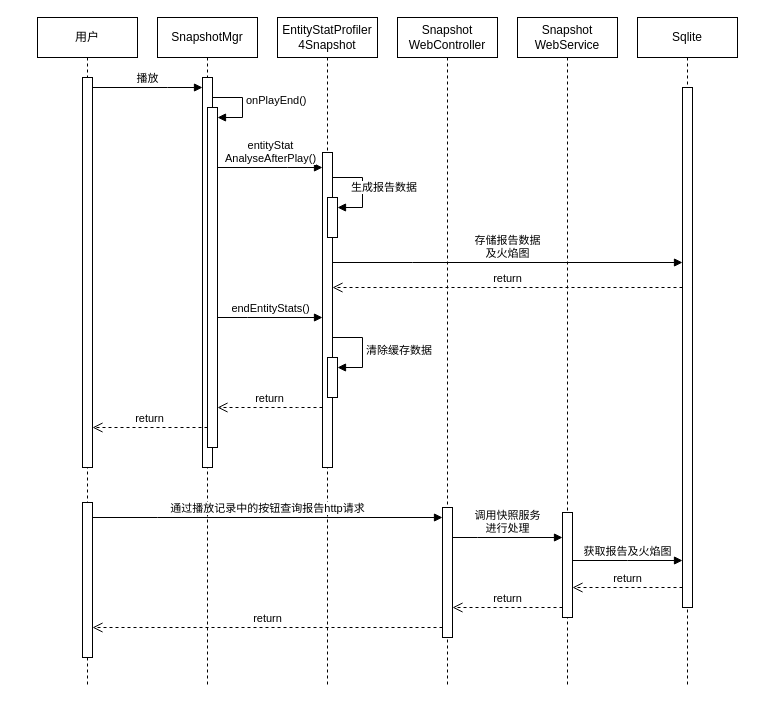
Earlier version of the draw.io diagram 数据分析时序图.drawio (Carol9s/Drawing). Source tidied: cells renumbered, new cells numbered last; positions are measured from the earlier drawing's top-left corner, leaving out a move shared by most shapes. Both pictures are drawn from the tidied source at 100%, with x=0, y=0 at pixel (37, 17).
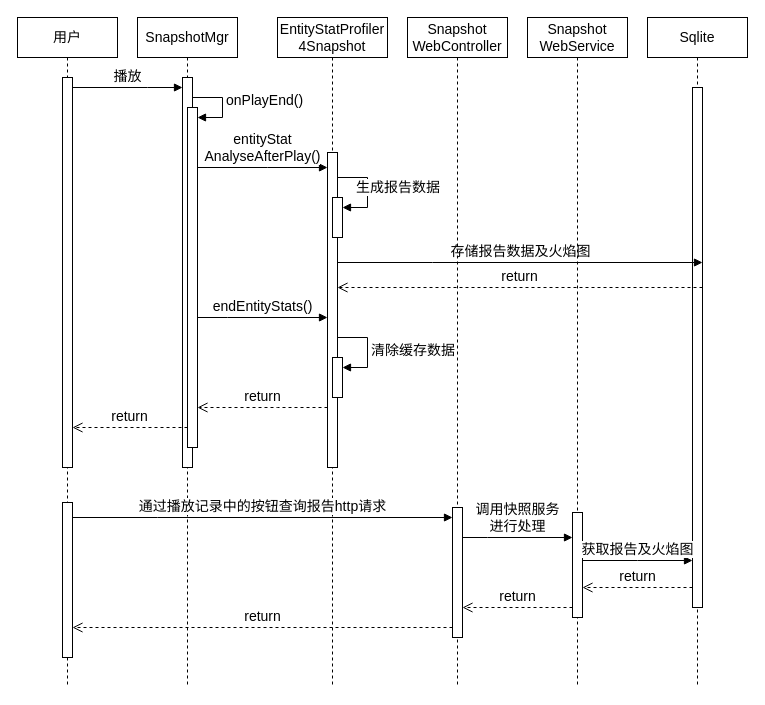
After the change.

Commit message:
更新数据分析时序图.drawio

The edit, as a diff of the source:
```diff
@@
-    <mxCell id="2" value="用户" style="shape=umlLifeline;perimeter=lifelinePerimeter;whiteSpace=wrap;html=1;newEdgeStyle={&quot;edgeStyle&quot;:&quot;elbowEdgeStyle&quot;,&quot;elbow&quot;:&quot;vertical&quot;,&quot;curved&quot;:0,&quot;rounded&quot;:0};" parent="1" vertex="1">
-      <mxGeometry width="100" height="670" as="geometry" />
+    <mxCell id="2" value="用户" style="shape=umlLifeline;perimeter=lifelinePerimeter;whiteSpace=wrap;html=1;newEdgeStyle={&quot;edgeStyle&quot;:&quot;elbowEdgeStyle&quot;,&quot;elbow&quot;:&quot;vertical&quot;,&quot;curved&quot;:0,&quot;rounded&quot;:0};fontSize=14;" parent="1" vertex="1">
+      <mxGeometry x="-20" width="100" height="670" as="geometry" />
     </mxCell>
-    <mxCell id="3" style="html=1;points=[];perimeter=orthogonalPerimeter;outlineConnect=0;targetShapes=umlLifeline;portConstraint=eastwest;newEdgeStyle={&quot;edgeStyle&quot;:&quot;elbowEdgeStyle&quot;,&quot;elbow&quot;:&quot;vertical&quot;,&quot;curved&quot;:0,&quot;rounded&quot;:0};" parent="2" vertex="1">
+    <mxCell id="3" style="html=1;points=[];perimeter=orthogonalPerimeter;outlineConnect=0;targetShapes=umlLifeline;portConstraint=eastwest;newEdgeStyle={&quot;edgeStyle&quot;:&quot;elbowEdgeStyle&quot;,&quot;elbow&quot;:&quot;vertical&quot;,&quot;curved&quot;:0,&quot;rounded&quot;:0};fontSize=14;" parent="2" vertex="1">
       <mxGeometry x="45" y="60" width="10" height="390" as="geometry" />
     </mxCell>
-    <mxCell id="4" style="html=1;points=[];perimeter=orthogonalPerimeter;outlineConnect=0;targetShapes=umlLifeline;portConstraint=eastwest;newEdgeStyle={&quot;edgeStyle&quot;:&quot;elbowEdgeStyle&quot;,&quot;elbow&quot;:&quot;vertical&quot;,&quot;curved&quot;:0,&quot;rounded&quot;:0};" parent="2" vertex="1">
+    <mxCell id="4" style="html=1;points=[];perimeter=orthogonalPerimeter;outlineConnect=0;targetShapes=umlLifeline;portConstraint=eastwest;newEdgeStyle={&quot;edgeStyle&quot;:&quot;elbowEdgeStyle&quot;,&quot;elbow&quot;:&quot;vertical&quot;,&quot;curved&quot;:0,&quot;rounded&quot;:0};fontSize=14;" parent="2" vertex="1">
       <mxGeometry x="45" y="485" width="10" height="155" as="geometry" />
     </mxCell>
-    <mxCell id="5" value="SnapshotMgr" style="shape=umlLifeline;perimeter=lifelinePerimeter;whiteSpace=wrap;html=1;newEdgeStyle={&quot;edgeStyle&quot;:&quot;elbowEdgeStyle&quot;,&quot;elbow&quot;:&quot;vertical&quot;,&quot;curved&quot;:0,&quot;rounded&quot;:0};" parent="1" vertex="1">
-      <mxGeometry x="120" width="100" height="670" as="geometry" />
+    <mxCell id="5" value="SnapshotMgr" style="shape=umlLifeline;perimeter=lifelinePerimeter;whiteSpace=wrap;html=1;newEdgeStyle={&quot;edgeStyle&quot;:&quot;elbowEdgeStyle&quot;,&quot;elbow&quot;:&quot;vertical&quot;,&quot;curved&quot;:0,&quot;rounded&quot;:0};fontSize=14;" parent="1" vertex="1">
+      <mxGeometry x="100" width="100" height="670" as="geometry" />
     </mxCell>
-    <mxCell id="6" style="html=1;points=[];perimeter=orthogonalPerimeter;outlineConnect=0;targetShapes=umlLifeline;portConstraint=eastwest;newEdgeStyle={&quot;edgeStyle&quot;:&quot;elbowEdgeStyle&quot;,&quot;elbow&quot;:&quot;vertical&quot;,&quot;curved&quot;:0,&quot;rounded&quot;:0};" parent="5" vertex="1">
+    <mxCell id="6" style="html=1;points=[];perimeter=orthogonalPerimeter;outlineConnect=0;targetShapes=umlLifeline;portConstraint=eastwest;newEdgeStyle={&quot;edgeStyle&quot;:&quot;elbowEdgeStyle&quot;,&quot;elbow&quot;:&quot;vertical&quot;,&quot;curved&quot;:0,&quot;rounded&quot;:0};fontSize=14;" parent="5" vertex="1">
       <mxGeometry x="45" y="60" width="10" height="390" as="geometry" />
     </mxCell>
-    <mxCell id="7" value="onPlayEnd()" style="html=1;align=left;spacingLeft=2;endArrow=block;rounded=0;edgeStyle=orthogonalEdgeStyle;curved=0;rounded=0;" parent="5" edge="1">
+    <mxCell id="7" value="onPlayEnd()" style="html=1;align=left;spacingLeft=2;endArrow=block;rounded=0;edgeStyle=orthogonalEdgeStyle;curved=0;rounded=0;fontSize=14;" parent="5" edge="1">
       <mxGeometry relative="1" as="geometry">
         <mxPoint x="55" y="70" as="sourcePoint" />
         <mxPoint x="60" y="100" as="targetPoint" />
         <Array as="points">
           <mxPoint x="55" y="80" />
           <mxPoint x="85" y="80" />
           <mxPoint x="85" y="100" />
         </Array>
       </mxGeometry>
     </mxCell>
-    <mxCell id="8" value="生成报告数据" style="html=1;align=left;spacingLeft=2;endArrow=block;rounded=0;edgeStyle=orthogonalEdgeStyle;curved=0;rounded=0;" parent="5" edge="1" target="13">
+    <mxCell id="8" value="生成报告数据" style="html=1;align=left;spacingLeft=2;endArrow=block;rounded=0;edgeStyle=orthogonalEdgeStyle;curved=0;rounded=0;fontSize=14;" parent="5" edge="1" target="13">
       <mxGeometry x="-0.65" y="-10" relative="1" as="geometry">
-        <mxPoint x="175" y="160" as="sourcePoint" />
+        <mxPoint x="200" y="160" as="sourcePoint" />
         <Array as="points">
-          <mxPoint x="205" y="190" />
+          <mxPoint x="230" y="190" />
         </Array>
       </mxGeometry>
     </mxCell>
-    <mxCell id="9" style="html=1;verticalAlign=bottom;endArrow=none;edgeStyle=elbowEdgeStyle;elbow=vertical;curved=0;rounded=0;" parent="5" edge="1" target="10">
+    <mxCell id="9" style="html=1;verticalAlign=bottom;endArrow=none;edgeStyle=elbowEdgeStyle;elbow=vertical;curved=0;rounded=0;fontSize=14;" parent="5" edge="1" target="10">
       <mxGeometry relative="1" as="geometry">
         <mxPoint x="60" y="125" as="sourcePoint" />
       </mxGeometry>
     </mxCell>
-    <mxCell id="10" style="html=1;points=[];perimeter=orthogonalPerimeter;outlineConnect=0;targetShapes=umlLifeline;portConstraint=eastwest;newEdgeStyle={&quot;edgeStyle&quot;:&quot;elbowEdgeStyle&quot;,&quot;elbow&quot;:&quot;vertical&quot;,&quot;curved&quot;:0,&quot;rounded&quot;:0};" parent="5" vertex="1">
+    <mxCell id="10" style="html=1;points=[];perimeter=orthogonalPerimeter;outlineConnect=0;targetShapes=umlLifeline;portConstraint=eastwest;newEdgeStyle={&quot;edgeStyle&quot;:&quot;elbowEdgeStyle&quot;,&quot;elbow&quot;:&quot;vertical&quot;,&quot;curved&quot;:0,&quot;rounded&quot;:0};fontSize=14;" parent="5" vertex="1">
       <mxGeometry x="50" y="90" width="10" height="340" as="geometry" />
     </mxCell>
-    <mxCell id="11" value="EntityStatProfiler&lt;br&gt;4Snapshot" style="shape=umlLifeline;perimeter=lifelinePerimeter;whiteSpace=wrap;html=1;newEdgeStyle={&quot;edgeStyle&quot;:&quot;elbowEdgeStyle&quot;,&quot;elbow&quot;:&quot;vertical&quot;,&quot;curved&quot;:0,&quot;rounded&quot;:0};" parent="1" vertex="1">
-      <mxGeometry x="240" width="100" height="670" as="geometry" />
+    <mxCell id="11" value="EntityStatProfiler&lt;br style=&quot;font-size: 14px;&quot;&gt;4Snapshot" style="shape=umlLifeline;perimeter=lifelinePerimeter;whiteSpace=wrap;html=1;newEdgeStyle={&quot;edgeStyle&quot;:&quot;elbowEdgeStyle&quot;,&quot;elbow&quot;:&quot;vertical&quot;,&quot;curved&quot;:0,&quot;rounded&quot;:0};fontSize=14;" parent="1" vertex="1">
+      <mxGeometry x="240" width="110" height="670" as="geometry" />
     </mxCell>
-    <mxCell id="12" style="html=1;points=[];perimeter=orthogonalPerimeter;outlineConnect=0;targetShapes=umlLifeline;portConstraint=eastwest;newEdgeStyle={&quot;edgeStyle&quot;:&quot;elbowEdgeStyle&quot;,&quot;elbow&quot;:&quot;vertical&quot;,&quot;curved&quot;:0,&quot;rounded&quot;:0};" parent="11" vertex="1">
-      <mxGeometry x="45" y="135" width="10" height="315" as="geometry" />
+    <mxCell id="12" style="html=1;points=[];perimeter=orthogonalPerimeter;outlineConnect=0;targetShapes=umlLifeline;portConstraint=eastwest;newEdgeStyle={&quot;edgeStyle&quot;:&quot;elbowEdgeStyle&quot;,&quot;elbow&quot;:&quot;vertical&quot;,&quot;curved&quot;:0,&quot;rounded&quot;:0};fontSize=14;" parent="11" vertex="1">
+      <mxGeometry x="50" y="135" width="10" height="315" as="geometry" />
     </mxCell>
-    <mxCell id="13" style="html=1;points=[];perimeter=orthogonalPerimeter;outlineConnect=0;targetShapes=umlLifeline;portConstraint=eastwest;newEdgeStyle={&quot;edgeStyle&quot;:&quot;elbowEdgeStyle&quot;,&quot;elbow&quot;:&quot;vertical&quot;,&quot;curved&quot;:0,&quot;rounded&quot;:0};" parent="11" vertex="1">
-      <mxGeometry x="50" y="180" width="10" height="40" as="geometry" />
+    <mxCell id="13" style="html=1;points=[];perimeter=orthogonalPerimeter;outlineConnect=0;targetShapes=umlLifeline;portConstraint=eastwest;newEdgeStyle={&quot;edgeStyle&quot;:&quot;elbowEdgeStyle&quot;,&quot;elbow&quot;:&quot;vertical&quot;,&quot;curved&quot;:0,&quot;rounded&quot;:0};fontSize=14;" parent="11" vertex="1">
+      <mxGeometry x="55" y="180" width="10" height="40" as="geometry" />
     </mxCell>
-    <mxCell id="14" style="html=1;points=[];perimeter=orthogonalPerimeter;outlineConnect=0;targetShapes=umlLifeline;portConstraint=eastwest;newEdgeStyle={&quot;edgeStyle&quot;:&quot;elbowEdgeStyle&quot;,&quot;elbow&quot;:&quot;vertical&quot;,&quot;curved&quot;:0,&quot;rounded&quot;:0};" parent="11" vertex="1">
-      <mxGeometry x="50" y="340" width="10" height="40" as="geometry" />
+    <mxCell id="14" style="html=1;points=[];perimeter=orthogonalPerimeter;outlineConnect=0;targetShapes=umlLifeline;portConstraint=eastwest;newEdgeStyle={&quot;edgeStyle&quot;:&quot;elbowEdgeStyle&quot;,&quot;elbow&quot;:&quot;vertical&quot;,&quot;curved&quot;:0,&quot;rounded&quot;:0};fontSize=14;" parent="11" vertex="1">
+      <mxGeometry x="55" y="340" width="10" height="40" as="geometry" />
     </mxCell>
-    <mxCell id="15" value="清除缓存数据" style="html=1;align=left;spacingLeft=2;endArrow=block;rounded=0;edgeStyle=orthogonalEdgeStyle;curved=0;rounded=0;" parent="11" edge="1" target="14">
+    <mxCell id="15" value="清除缓存数据" style="html=1;align=left;spacingLeft=2;endArrow=block;rounded=0;edgeStyle=orthogonalEdgeStyle;curved=0;rounded=0;fontSize=14;" parent="11" edge="1" target="14">
       <mxGeometry relative="1" as="geometry">
-        <mxPoint x="55" y="320" as="sourcePoint" />
+        <mxPoint x="60" y="320" as="sourcePoint" />
         <Array as="points">
-          <mxPoint x="85" y="350" />
+          <mxPoint x="90" y="350" />
         </Array>
       </mxGeometry>
     </mxCell>
-    <mxCell id="16" value="Sqlite" style="shape=umlLifeline;perimeter=lifelinePerimeter;whiteSpace=wrap;html=1;newEdgeStyle={&quot;edgeStyle&quot;:&quot;elbowEdgeStyle&quot;,&quot;elbow&quot;:&quot;vertical&quot;,&quot;curved&quot;:0,&quot;rounded&quot;:0};" parent="1" vertex="1">
-      <mxGeometry x="600" width="100" height="670" as="geometry" />
+    <mxCell id="16" value="Sqlite" style="shape=umlLifeline;perimeter=lifelinePerimeter;whiteSpace=wrap;html=1;newEdgeStyle={&quot;edgeStyle&quot;:&quot;elbowEdgeStyle&quot;,&quot;elbow&quot;:&quot;vertical&quot;,&quot;curved&quot;:0,&quot;rounded&quot;:0};fontSize=14;" parent="1" vertex="1">
+      <mxGeometry x="610" width="100" height="670" as="geometry" />
     </mxCell>
-    <mxCell id="17" style="html=1;points=[];perimeter=orthogonalPerimeter;outlineConnect=0;targetShapes=umlLifeline;portConstraint=eastwest;newEdgeStyle={&quot;edgeStyle&quot;:&quot;elbowEdgeStyle&quot;,&quot;elbow&quot;:&quot;vertical&quot;,&quot;curved&quot;:0,&quot;rounded&quot;:0};" parent="16" vertex="1">
+    <mxCell id="17" style="html=1;points=[];perimeter=orthogonalPerimeter;outlineConnect=0;targetShapes=umlLifeline;portConstraint=eastwest;newEdgeStyle={&quot;edgeStyle&quot;:&quot;elbowEdgeStyle&quot;,&quot;elbow&quot;:&quot;vertical&quot;,&quot;curved&quot;:0,&quot;rounded&quot;:0};fontSize=14;" parent="16" vertex="1">
       <mxGeometry x="45" y="70" width="10" height="520" as="geometry" />
     </mxCell>
-    <mxCell id="18" value="entityStat&lt;br&gt;AnalyseAfterPlay()" style="html=1;verticalAlign=bottom;endArrow=block;edgeStyle=elbowEdgeStyle;elbow=vertical;curved=0;rounded=0;" parent="1" edge="1">
+    <mxCell id="18" value="entityStat&lt;br&gt;AnalyseAfterPlay()" style="html=1;verticalAlign=bottom;endArrow=block;edgeStyle=elbowEdgeStyle;elbow=vertical;curved=0;rounded=0;fontSize=14;" parent="1" edge="1" target="12">
       <mxGeometry relative="1" as="geometry">
-        <mxPoint x="180" y="150" as="sourcePoint" />
-        <mxPoint x="285" y="150" as="targetPoint" />
+        <mxPoint x="160" y="150" as="sourcePoint" />
         <Array as="points">
-          <mxPoint x="250" y="150" />
+          <mxPoint x="230" y="150" />
         </Array>
       </mxGeometry>
     </mxCell>
-    <mxCell id="19" value="存储报告数据&lt;br&gt;及火焰图" style="html=1;verticalAlign=bottom;endArrow=block;edgeStyle=elbowEdgeStyle;elbow=vertical;curved=0;rounded=0;" parent="1" edge="1">
+    <mxCell id="19" value="存储报告数据及火焰图" style="html=1;verticalAlign=bottom;endArrow=block;edgeStyle=elbowEdgeStyle;elbow=vertical;curved=0;rounded=0;fontSize=14;" parent="1" edge="1" source="12">
       <mxGeometry relative="1" as="geometry">
-        <mxPoint x="295" y="245" as="sourcePoint" />
-        <mxPoint x="645" y="245" as="targetPoint" />
+        <mxPoint x="665" y="245" as="targetPoint" />
         <Array as="points">
-          <mxPoint x="375" y="245" />
+          <mxPoint x="395" y="245" />
         </Array>
       </mxGeometry>
     </mxCell>
-    <mxCell id="20" value="return" style="html=1;verticalAlign=bottom;endArrow=open;dashed=1;endSize=8;edgeStyle=elbowEdgeStyle;elbow=vertical;curved=0;rounded=0;" parent="1" edge="1">
+    <mxCell id="20" value="return" style="html=1;verticalAlign=bottom;endArrow=open;dashed=1;endSize=8;edgeStyle=elbowEdgeStyle;elbow=vertical;curved=0;rounded=0;fontSize=14;" parent="1" edge="1" target="12">
       <mxGeometry relative="1" as="geometry">
-        <mxPoint x="645" y="270" as="sourcePoint" />
-        <mxPoint x="295" y="270" as="targetPoint" />
+        <mxPoint x="665" y="270" as="sourcePoint" />
         <Array as="points">
-          <mxPoint x="370" y="270" />
-          <mxPoint x="330" y="300" />
+          <mxPoint x="390" y="270" />
+          <mxPoint x="350" y="300" />
         </Array>
       </mxGeometry>
     </mxCell>
-    <mxCell id="21" value="endEntityStats()" style="html=1;verticalAlign=bottom;endArrow=block;edgeStyle=elbowEdgeStyle;elbow=vertical;curved=0;rounded=0;" parent="1" edge="1">
+    <mxCell id="21" value="endEntityStats()" style="html=1;verticalAlign=bottom;endArrow=block;edgeStyle=elbowEdgeStyle;elbow=vertical;curved=0;rounded=0;fontSize=14;" parent="1" edge="1" target="12">
       <mxGeometry relative="1" as="geometry">
-        <mxPoint x="180" y="300" as="sourcePoint" />
-        <mxPoint x="285" y="300" as="targetPoint" />
+        <mxPoint x="160" y="300" as="sourcePoint" />
         <Array as="points">
-          <mxPoint x="210" y="300" />
-          <mxPoint x="250" y="330" />
+          <mxPoint x="190" y="300" />
+          <mxPoint x="230" y="330" />
         </Array>
       </mxGeometry>
     </mxCell>
-    <mxCell id="22" value="return" style="html=1;verticalAlign=bottom;endArrow=open;dashed=1;endSize=8;edgeStyle=elbowEdgeStyle;elbow=vertical;curved=0;rounded=0;" parent="1" edge="1">
+    <mxCell id="22" value="return" style="html=1;verticalAlign=bottom;endArrow=open;dashed=1;endSize=8;edgeStyle=elbowEdgeStyle;elbow=vertical;curved=0;rounded=0;fontSize=14;" parent="1" edge="1" source="12">
       <mxGeometry relative="1" as="geometry">
-        <mxPoint x="285" y="390" as="sourcePoint" />
-        <mxPoint x="180" y="390" as="targetPoint" />
+        <mxPoint x="160" y="390" as="targetPoint" />
         <Array as="points">
-          <mxPoint x="260" y="390" />
-          <mxPoint x="230" y="400" />
+          <mxPoint x="240" y="390" />
+          <mxPoint x="210" y="400" />
         </Array>
       </mxGeometry>
     </mxCell>
-    <mxCell id="23" value="return" style="html=1;verticalAlign=bottom;endArrow=open;dashed=1;endSize=8;edgeStyle=elbowEdgeStyle;elbow=vertical;curved=0;rounded=0;" parent="1" edge="1" target="3">
+    <mxCell id="23" value="return" style="html=1;verticalAlign=bottom;endArrow=open;dashed=1;endSize=8;edgeStyle=elbowEdgeStyle;elbow=vertical;curved=0;rounded=0;fontSize=14;" parent="1" edge="1" target="3">
       <mxGeometry relative="1" as="geometry">
-        <mxPoint x="170" y="410" as="sourcePoint" />
+        <mxPoint x="150" y="410" as="sourcePoint" />
         <Array as="points">
-          <mxPoint x="100" y="410" />
-          <mxPoint x="130" y="430" />
+          <mxPoint x="80" y="410" />
+          <mxPoint x="110" y="430" />
         </Array>
       </mxGeometry>
     </mxCell>
-    <mxCell id="24" value="Snapshot&lt;br&gt;WebService" style="shape=umlLifeline;perimeter=lifelinePerimeter;whiteSpace=wrap;html=1;newEdgeStyle={&quot;edgeStyle&quot;:&quot;elbowEdgeStyle&quot;,&quot;elbow&quot;:&quot;vertical&quot;,&quot;curved&quot;:0,&quot;rounded&quot;:0};" parent="1" vertex="1">
-      <mxGeometry x="480" width="100" height="670" as="geometry" />
+    <mxCell id="24" value="Snapshot&lt;br style=&quot;font-size: 14px;&quot;&gt;WebService" style="shape=umlLifeline;perimeter=lifelinePerimeter;whiteSpace=wrap;html=1;newEdgeStyle={&quot;edgeStyle&quot;:&quot;elbowEdgeStyle&quot;,&quot;elbow&quot;:&quot;vertical&quot;,&quot;curved&quot;:0,&quot;rounded&quot;:0};fontSize=14;" parent="1" vertex="1">
+      <mxGeometry x="490" width="100" height="670" as="geometry" />
     </mxCell>
-    <mxCell id="25" style="html=1;points=[];perimeter=orthogonalPerimeter;outlineConnect=0;targetShapes=umlLifeline;portConstraint=eastwest;newEdgeStyle={&quot;edgeStyle&quot;:&quot;elbowEdgeStyle&quot;,&quot;elbow&quot;:&quot;vertical&quot;,&quot;curved&quot;:0,&quot;rounded&quot;:0};" parent="24" vertex="1">
+    <mxCell id="25" style="html=1;points=[];perimeter=orthogonalPerimeter;outlineConnect=0;targetShapes=umlLifeline;portConstraint=eastwest;newEdgeStyle={&quot;edgeStyle&quot;:&quot;elbowEdgeStyle&quot;,&quot;elbow&quot;:&quot;vertical&quot;,&quot;curved&quot;:0,&quot;rounded&quot;:0};fontSize=14;" parent="24" vertex="1">
       <mxGeometry x="45" y="495" width="10" height="105" as="geometry" />
     </mxCell>
-    <mxCell id="26" value="Snapshot&lt;br&gt;WebController" style="shape=umlLifeline;perimeter=lifelinePerimeter;whiteSpace=wrap;html=1;newEdgeStyle={&quot;edgeStyle&quot;:&quot;elbowEdgeStyle&quot;,&quot;elbow&quot;:&quot;vertical&quot;,&quot;curved&quot;:0,&quot;rounded&quot;:0};" parent="1" vertex="1">
-      <mxGeometry x="360" width="100" height="670" as="geometry" />
+    <mxCell id="26" value="Snapshot&lt;br style=&quot;font-size: 14px;&quot;&gt;WebController" style="shape=umlLifeline;perimeter=lifelinePerimeter;whiteSpace=wrap;html=1;newEdgeStyle={&quot;edgeStyle&quot;:&quot;elbowEdgeStyle&quot;,&quot;elbow&quot;:&quot;vertical&quot;,&quot;curved&quot;:0,&quot;rounded&quot;:0};fontSize=14;" parent="1" vertex="1">
+      <mxGeometry x="370" width="100" height="670" as="geometry" />
     </mxCell>
-    <mxCell id="27" style="html=1;points=[];perimeter=orthogonalPerimeter;outlineConnect=0;targetShapes=umlLifeline;portConstraint=eastwest;newEdgeStyle={&quot;edgeStyle&quot;:&quot;elbowEdgeStyle&quot;,&quot;elbow&quot;:&quot;vertical&quot;,&quot;curved&quot;:0,&quot;rounded&quot;:0};" parent="26" vertex="1">
+    <mxCell id="27" style="html=1;points=[];perimeter=orthogonalPerimeter;outlineConnect=0;targetShapes=umlLifeline;portConstraint=eastwest;newEdgeStyle={&quot;edgeStyle&quot;:&quot;elbowEdgeStyle&quot;,&quot;elbow&quot;:&quot;vertical&quot;,&quot;curved&quot;:0,&quot;rounded&quot;:0};fontSize=14;" parent="26" vertex="1">
       <mxGeometry x="45" y="490" width="10" height="130" as="geometry" />
     </mxCell>
-    <mxCell id="28" value="播放" style="html=1;verticalAlign=bottom;endArrow=block;edgeStyle=elbowEdgeStyle;elbow=vertical;curved=0;rounded=0;" parent="1" edge="1" source="3" target="6">
+    <mxCell id="28" value="播放" style="html=1;verticalAlign=bottom;endArrow=block;edgeStyle=elbowEdgeStyle;elbow=vertical;curved=0;rounded=0;fontSize=14;" parent="1" edge="1" source="3" target="6">
       <mxGeometry relative="1" as="geometry">
         <Array as="points">
-          <mxPoint x="130" y="70" />
+          <mxPoint x="110" y="70" />
         </Array>
       </mxGeometry>
     </mxCell>
-    <mxCell id="29" value="通过播放记录中的按钮查询报告http请求" style="html=1;verticalAlign=bottom;endArrow=block;edgeStyle=elbowEdgeStyle;elbow=vertical;curved=0;rounded=0;" parent="1" edge="1" source="4" target="27">
+    <mxCell id="29" value="通过播放记录中的按钮查询报告http请求" style="html=1;verticalAlign=bottom;endArrow=block;edgeStyle=elbowEdgeStyle;elbow=vertical;curved=0;rounded=0;fontSize=14;" parent="1" edge="1" source="4" target="27">
       <mxGeometry relative="1" as="geometry">
         <Array as="points">
           <mxPoint x="120" y="500" />
           <mxPoint x="190" y="530" />
         </Array>
       </mxGeometry>
     </mxCell>
-    <mxCell id="30" value="调用快照服务&lt;br&gt;进行处理" style="html=1;verticalAlign=bottom;endArrow=block;edgeStyle=elbowEdgeStyle;elbow=vertical;curved=0;rounded=0;" parent="1" edge="1" source="27" target="25">
+    <mxCell id="30" value="调用快照服务&lt;br style=&quot;font-size: 14px;&quot;&gt;进行处理" style="html=1;verticalAlign=bottom;endArrow=block;edgeStyle=elbowEdgeStyle;elbow=vertical;curved=0;rounded=0;fontSize=14;" parent="1" edge="1" source="27" target="25">
       <mxGeometry relative="1" as="geometry">
         <Array as="points">
-          <mxPoint x="440" y="520" />
+          <mxPoint x="450" y="520" />
         </Array>
       </mxGeometry>
     </mxCell>
-    <mxCell id="31" value="获取报告及火焰图" style="html=1;verticalAlign=bottom;endArrow=block;edgeStyle=elbowEdgeStyle;elbow=vertical;curved=0;rounded=0;" parent="1" edge="1" source="25" target="17">
+    <mxCell id="31" value="获取报告及火焰图" style="html=1;verticalAlign=bottom;endArrow=block;edgeStyle=elbowEdgeStyle;elbow=vertical;curved=0;rounded=0;fontSize=14;" parent="1" edge="1" source="25" target="17">
       <mxGeometry relative="1" as="geometry" />
     </mxCell>
-    <mxCell id="32" value="return" style="html=1;verticalAlign=bottom;endArrow=open;dashed=1;endSize=8;edgeStyle=elbowEdgeStyle;elbow=vertical;curved=0;rounded=0;" parent="1" edge="1" source="17" target="25">
+    <mxCell id="32" value="return" style="html=1;verticalAlign=bottom;endArrow=open;dashed=1;endSize=8;edgeStyle=elbowEdgeStyle;elbow=vertical;curved=0;rounded=0;fontSize=14;" parent="1" edge="1" source="17" target="25">
       <mxGeometry relative="1" as="geometry">
         <Array as="points">
-          <mxPoint x="610" y="570" />
+          <mxPoint x="620" y="570" />
         </Array>
       </mxGeometry>
     </mxCell>
-    <mxCell id="33" value="return" style="html=1;verticalAlign=bottom;endArrow=open;dashed=1;endSize=8;edgeStyle=elbowEdgeStyle;elbow=vertical;curved=0;rounded=0;" parent="1" edge="1" source="25" target="27">
+    <mxCell id="33" value="return" style="html=1;verticalAlign=bottom;endArrow=open;dashed=1;endSize=8;edgeStyle=elbowEdgeStyle;elbow=vertical;curved=0;rounded=0;fontSize=14;" parent="1" edge="1" source="25" target="27">
       <mxGeometry relative="1" as="geometry">
         <Array as="points">
-          <mxPoint x="450" y="590" />
+          <mxPoint x="460" y="590" />
         </Array>
       </mxGeometry>
     </mxCell>
-    <mxCell id="34" value="return" style="html=1;verticalAlign=bottom;endArrow=open;dashed=1;endSize=8;edgeStyle=elbowEdgeStyle;elbow=vertical;curved=0;rounded=0;" parent="1" edge="1" source="27" target="4">
+    <mxCell id="34" value="return" style="html=1;verticalAlign=bottom;endArrow=open;dashed=1;endSize=8;edgeStyle=elbowEdgeStyle;elbow=vertical;curved=0;rounded=0;fontSize=14;" parent="1" edge="1" source="27" target="4">
       <mxGeometry relative="1" as="geometry">
         <Array as="points">
           <mxPoint x="190" y="610" />
         </Array>
       </mxGeometry>
     </mxCell>
```
